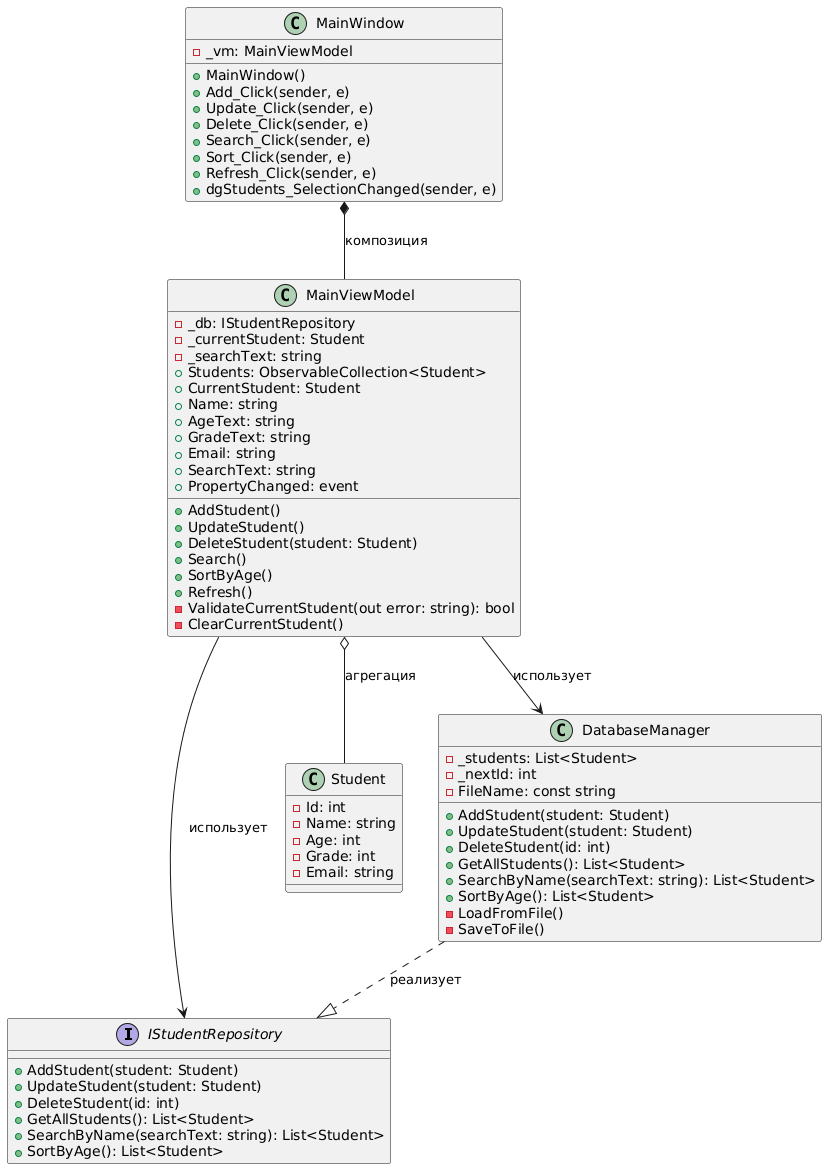
Earlier version of the PlantUML export Lab Work 2 - Database/DatabaseLab/UML.png (nesquikprogs/oop-2).
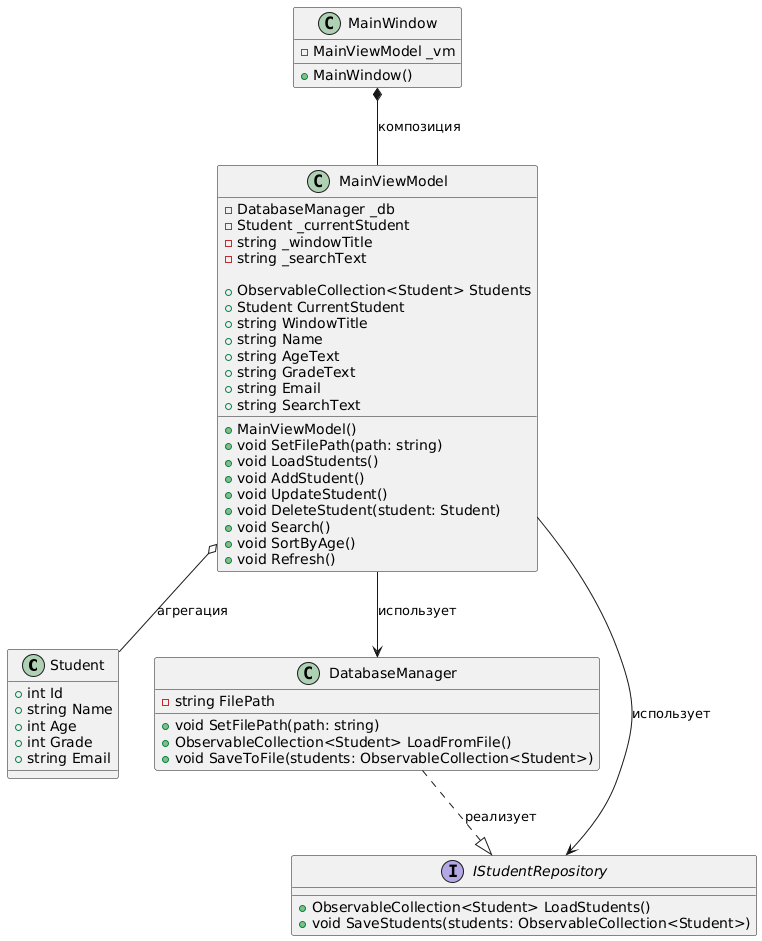
After the commit.

Change to the diagram source:
```diff
@@ -1,73 +1,58 @@
 @startuml
-interface IStudentRepository {
-    + AddStudent(student: Student)
-    + UpdateStudent(student: Student)
-    + DeleteStudent(id: int)
-    + GetAllStudents(): List<Student>
-    + SearchByName(searchText: string): List<Student>
-    + SortByAge(): List<Student>
-}
-
 class Student {
-    - Id: int
-    - Name: string
-    - Age: int
-    - Grade: int
-    - Email: string
+    +int Id
+    +string Name
+    +int Age
+    +int Grade
+    +string Email
 }
 
 class DatabaseManager {
-    - _students: List<Student>
-    - _nextId: int
-    - FileName: const string
-    + AddStudent(student: Student)
-    + UpdateStudent(student: Student)
-    + DeleteStudent(id: int)
-    + GetAllStudents(): List<Student>
-    + SearchByName(searchText: string): List<Student>
-    + SortByAge(): List<Student>
-    - LoadFromFile()
-    - SaveToFile()
+    -string FilePath
+    +void SetFilePath(path: string)
+    +ObservableCollection<Student> LoadFromFile()
+    +void SaveToFile(students: ObservableCollection<Student>)
 }
 
-DatabaseManager ..|> IStudentRepository: реализует
+interface IStudentRepository {
+    +ObservableCollection<Student> LoadStudents()
+    +void SaveStudents(students: ObservableCollection<Student>)
+}
 
 class MainViewModel {
-    - _db: IStudentRepository
-    - _currentStudent: Student
-    - _searchText: string
-    + Students: ObservableCollection<Student>
-    + CurrentStudent: Student
-    + Name: string
-    + AgeText: string
-    + GradeText: string
-    + Email: string
-    + SearchText: string
-    + AddStudent()
-    + UpdateStudent()
-    + DeleteStudent(student: Student)
-    + Search()
-    + SortByAge()
-    + Refresh()
-    - ValidateCurrentStudent(out error: string): bool
-    - ClearCurrentStudent()
-    + PropertyChanged: event
+    -DatabaseManager _db
+    -Student _currentStudent
+    -string _windowTitle
+    -string _searchText
+
+    +ObservableCollection<Student> Students
+    +Student CurrentStudent
+    +string WindowTitle
+    +string Name
+    +string AgeText
+    +string GradeText
+    +string Email
+    +string SearchText
+
+    +MainViewModel()
+    +void SetFilePath(path: string)
+    +void LoadStudents()
+    +void AddStudent()
+    +void UpdateStudent()
+    +void DeleteStudent(student: Student)
+    +void Search()
+    +void SortByAge()
+    +void Refresh()
 }
 
 class MainWindow {
-    - _vm: MainViewModel
-    + MainWindow()
-    + Add_Click(sender, e)
-    + Update_Click(sender, e)
-    + Delete_Click(sender, e)
-    + Search_Click(sender, e)
-    + Sort_Click(sender, e)
-    + Refresh_Click(sender, e)
-    + dgStudents_SelectionChanged(sender, e)
+    -MainViewModel _vm
+    +MainWindow()
 }
 
 MainViewModel --> IStudentRepository : использует
 MainViewModel --> DatabaseManager : использует
 MainViewModel o-- Student : агрегация
 MainWindow *-- MainViewModel : композиция
+DatabaseManager ..|> IStudentRepository: реализует
 @enduml
```
